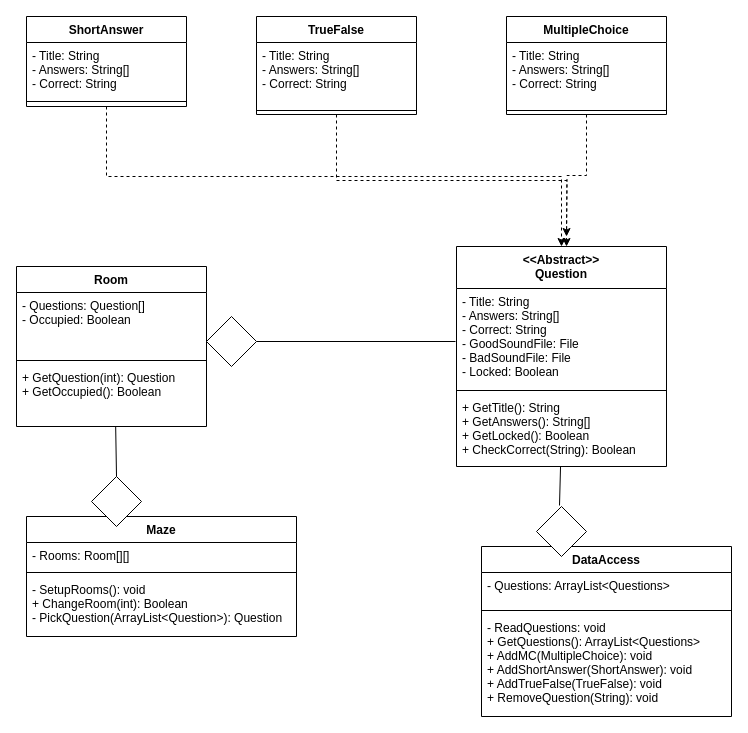
Earlier version of the draw.io diagram UMLWeek1.drawio (StevenZuelke/SoftDev350). Source tidied: cells renumbered, new cells numbered last; positions are measured from the earlier drawing's top-left corner, leaving out a move shared by most shapes. Both pictures are drawn from the tidied source at 100%, with x=0, y=0 at pixel (16, 16).
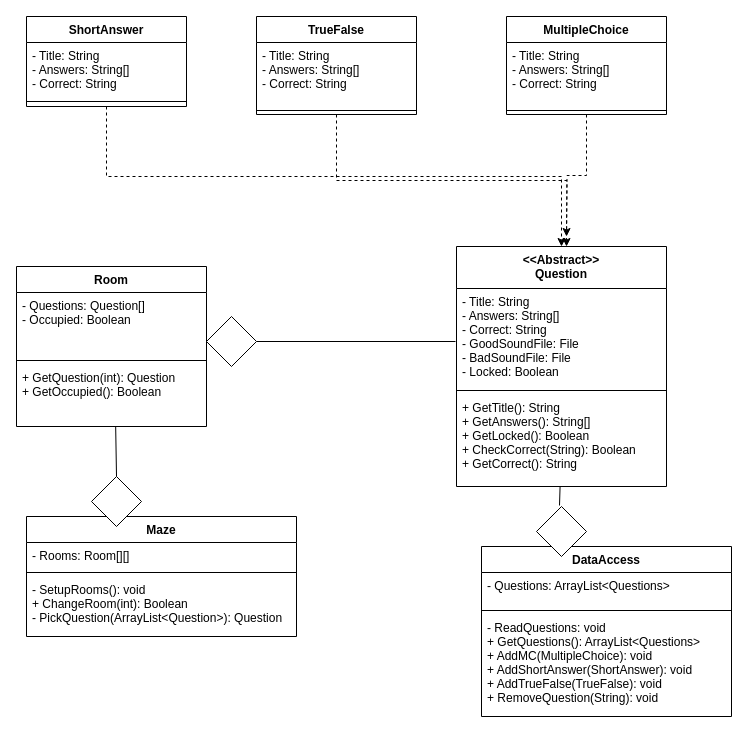
Above is the later version.

The edit, as a diff of the source:
```diff
@@
     <mxCell id="13" value="&lt;&lt;Abstract&gt;&gt;&#10;Question" style="swimlane;fontStyle=1;align=center;verticalAlign=top;horizontal=1;startSize=42;" parent="1" vertex="1">
-      <mxGeometry x="440" y="230" width="210" height="220" as="geometry" />
+      <mxGeometry x="440" y="230" width="210" height="240" as="geometry" />
     </mxCell>
@@
-    <mxCell id="16" value="+ GetTitle(): String&#10;+ GetAnswers(): String[]&#10;+ GetLocked(): Boolean&#10;+ CheckCorrect(String): Boolean" style="text;strokeColor=none;fillColor=none;align=left;verticalAlign=top;spacingLeft=4;spacingRight=4;overflow=hidden;points=[[0,0.5],[1,0.5]];portConstraint=eastwest;" parent="13" vertex="1">
-      <mxGeometry y="148" width="210" height="72" as="geometry" />
+    <mxCell id="16" value="+ GetTitle(): String&#10;+ GetAnswers(): String[]&#10;+ GetLocked(): Boolean&#10;+ CheckCorrect(String): Boolean&#10;+ GetCorrect(): String" style="text;strokeColor=none;fillColor=none;align=left;verticalAlign=top;spacingLeft=4;spacingRight=4;overflow=hidden;points=[[0,0.5],[1,0.5]];portConstraint=eastwest;" parent="13" vertex="1">
+      <mxGeometry y="148" width="210" height="92" as="geometry" />
     </mxCell>
```
